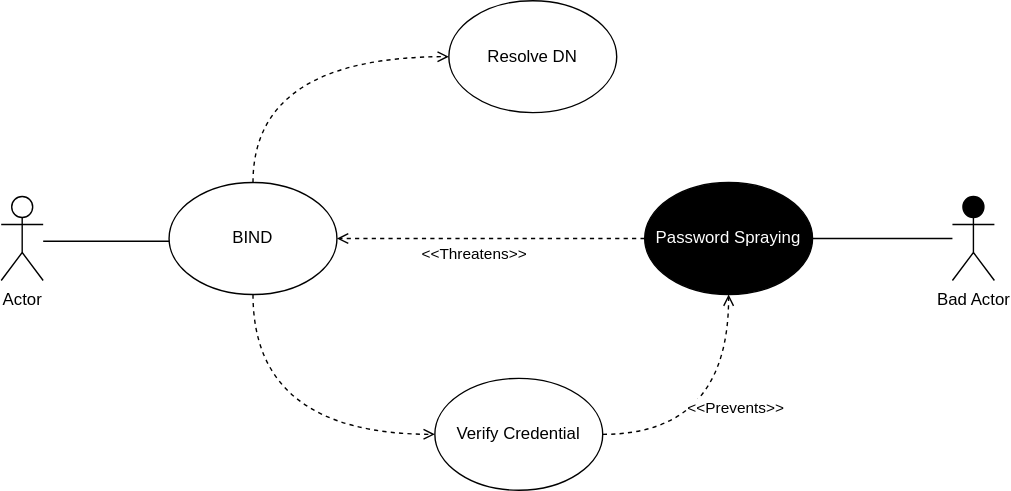
Before: Use-Misuse Case 1 -Bind.drawio.svg, a diagram exported from draw.io (bartelsjoshuac/SAPG). Source tidied: cells renumbered, new cells last; positions are measured from the earlier drawing's top-left corner, leaving out a move shared by most shapes.
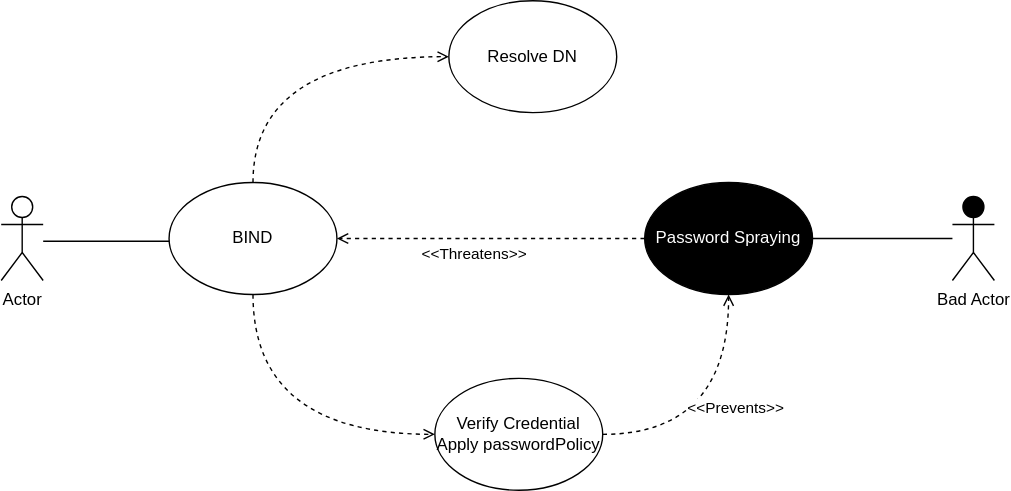
The same diagram one commit later.

Diff of the diagram source:
```diff
@@ -17,7 +17,7 @@
     <mxCell id="5" value="BIND" style="ellipse;whiteSpace=wrap;html=1;fillColor=#FFFFFF;" parent="1" vertex="1">
       <mxGeometry x="120" y="130" width="120" height="80" as="geometry" />
     </mxCell>
-    <mxCell id="6" value="Verify Credential" style="ellipse;whiteSpace=wrap;html=1;fillColor=#FFFFFF;" parent="1" vertex="1">
+    <mxCell id="6" value="Verify Credential&lt;br&gt;Apply passwordPolicy" style="ellipse;whiteSpace=wrap;html=1;fillColor=#FFFFFF;" parent="1" vertex="1">
       <mxGeometry x="310" y="270" width="120" height="80" as="geometry" />
     </mxCell>
     <mxCell id="7" style="endArrow=open;dashed=1;html=1;entryX=0;entryY=0.5;entryDx=0;entryDy=0;edgeStyle=orthogonalEdgeStyle;curved=1;endFill=0;strokeWidth=1;exitX=0.5;exitY=1;exitDx=0;exitDy=0;" parent="1" edge="1" source="5" target="6">
```
